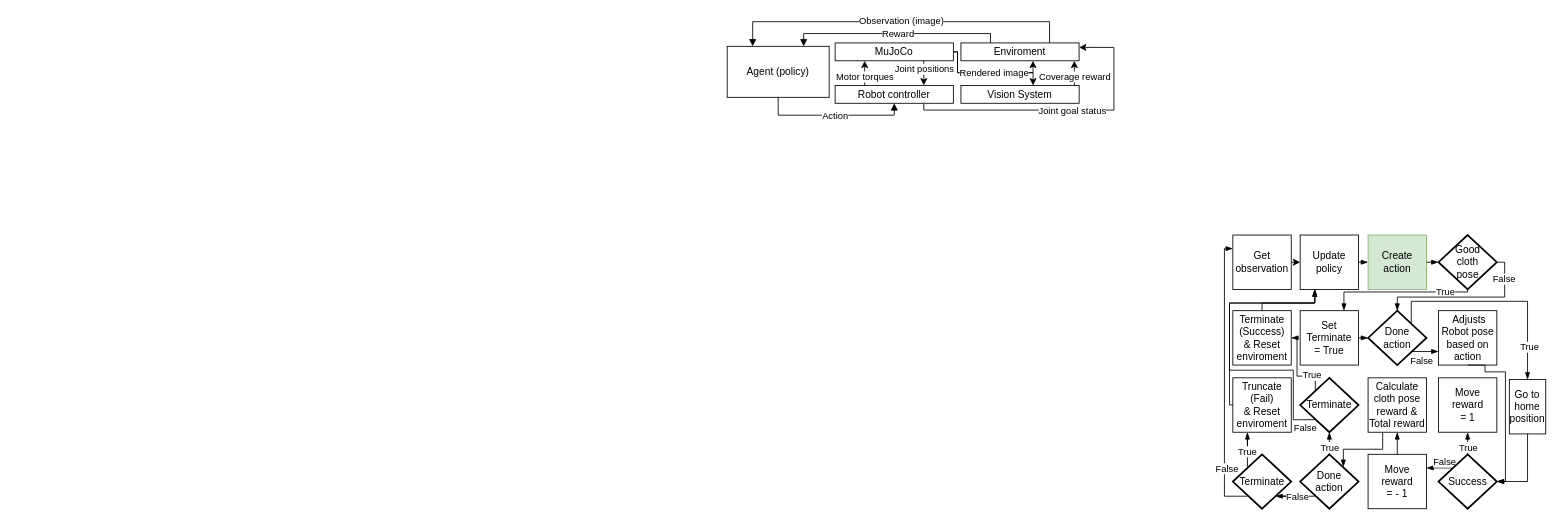
The draw.io diagram Unavngivet diagram.drawio in kasperfg16/p8_sewbot, before the edit. Source tidied: cells renumbered, new cells numbered last; positions are measured from the earlier drawing's top-left corner, leaving out a move shared by most shapes. Both pictures are drawn from the tidied source at 85%, with x=0, y=0 at pixel (727, 21). Pictures stored in the file or linked from it are replaced by grey dashed boxes.
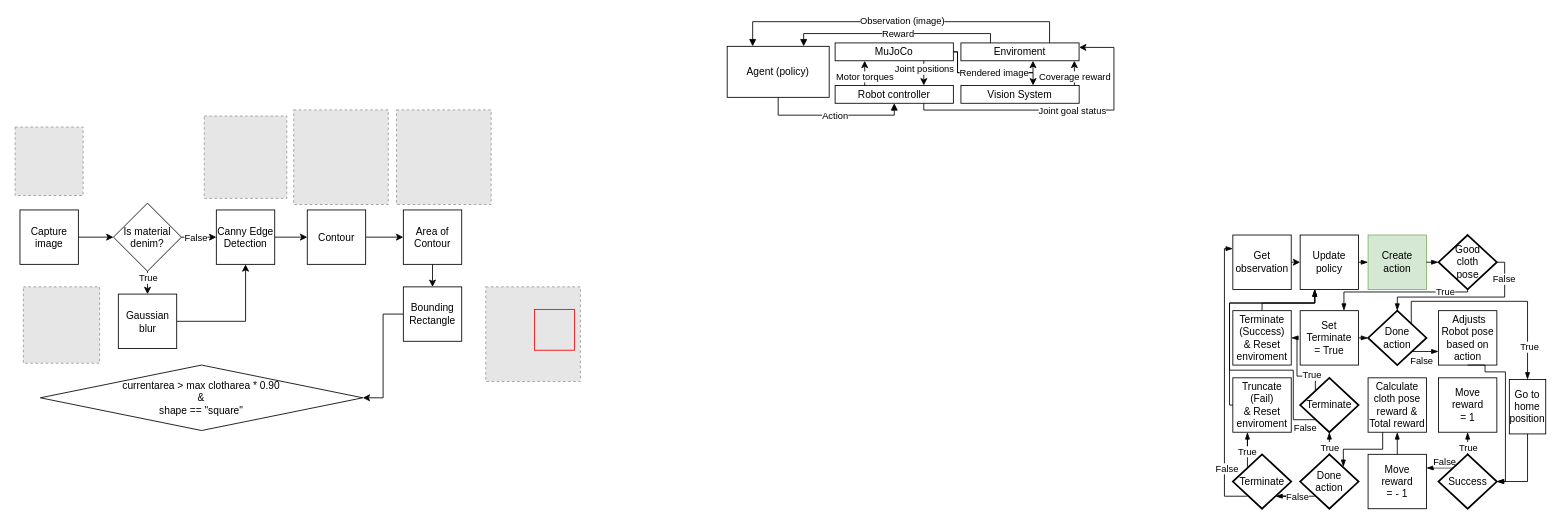
The same page after the edit.

Change to the diagram source:
```diff
@@
+    <mxCell id="75" style="edgeStyle=orthogonalEdgeStyle;rounded=0;jettySize=auto;html=1;exitX=1;exitY=0.5;exitDx=0;exitDy=0;" parent="1" edge="1" source="76" target="81">
+      <mxGeometry relative="1" as="geometry" />
+    </mxCell>
+    <mxCell id="76" value="Capture image" style="whiteSpace=wrap;html=1;" parent="1" vertex="1">
+      <mxGeometry x="-832" y="221.5" width="68.7" height="64" as="geometry" />
+    </mxCell>
+    <mxCell id="77" style="edgeStyle=orthogonalEdgeStyle;rounded=0;jettySize=auto;html=1;exitX=1;exitY=0.5;exitDx=0;exitDy=0;" parent="1" edge="1" source="78" target="83">
+      <mxGeometry relative="1" as="geometry" />
+    </mxCell>
+    <mxCell id="78" value="Gaussian blur" style="whiteSpace=wrap;html=1;" parent="1" vertex="1">
+      <mxGeometry x="-716.3" y="320.5" width="68.7" height="64" as="geometry" />
+    </mxCell>
+    <mxCell id="79" style="edgeStyle=orthogonalEdgeStyle;rounded=0;jettySize=auto;html=1;exitX=0.5;exitY=1;exitDx=0;exitDy=0;entryX=0.5;entryY=0;entryDx=0;entryDy=0;" parent="1" edge="1" source="81" target="78">
+      <mxGeometry relative="1" as="geometry" />
+    </mxCell>
+    <mxCell id="80" value="True" style="edgeLabel;html=1;align=center;verticalAlign=middle;" parent="79" vertex="1">
+      <mxGeometry x="-0.79" relative="1" as="geometry">
+        <mxPoint y="5" as="offset" />
+      </mxGeometry>
+    </mxCell>
+    <mxCell id="81" value="Is material denim?" style="rhombus;whiteSpace=wrap;html=1;" parent="1" vertex="1">
+      <mxGeometry x="-722" y="213.5" width="80" height="80" as="geometry" />
+    </mxCell>
+    <mxCell id="82" style="edgeStyle=orthogonalEdgeStyle;rounded=0;jettySize=auto;html=1;exitX=1;exitY=0.5;exitDx=0;exitDy=0;entryX=0;entryY=0.5;entryDx=0;entryDy=0;" parent="1" edge="1" source="83" target="87">
+      <mxGeometry relative="1" as="geometry" />
+    </mxCell>
+    <mxCell id="83" value="Canny Edge Detection" style="whiteSpace=wrap;html=1;" parent="1" vertex="1">
+      <mxGeometry x="-601" y="221.5" width="68.7" height="64" as="geometry" />
+    </mxCell>
+    <mxCell id="84" style="edgeStyle=orthogonalEdgeStyle;rounded=0;jettySize=auto;html=1;exitX=1;exitY=0.5;exitDx=0;exitDy=0;entryX=0;entryY=0.5;entryDx=0;entryDy=0;" parent="1" edge="1" source="81" target="83">
+      <mxGeometry relative="1" as="geometry" />
+    </mxCell>
+    <mxCell id="85" value="False" style="edgeLabel;html=1;align=center;verticalAlign=middle;" parent="84" vertex="1">
+      <mxGeometry x="-0.79" relative="1" as="geometry">
+        <mxPoint x="12" as="offset" />
+      </mxGeometry>
+    </mxCell>
+    <mxCell id="86" style="edgeStyle=orthogonalEdgeStyle;rounded=0;jettySize=auto;html=1;exitX=1;exitY=0.5;exitDx=0;exitDy=0;entryX=0;entryY=0.5;entryDx=0;entryDy=0;" parent="1" edge="1" source="87" target="89">
+      <mxGeometry relative="1" as="geometry" />
+    </mxCell>
+    <mxCell id="87" value="Contour" style="whiteSpace=wrap;html=1;" parent="1" vertex="1">
+      <mxGeometry x="-494" y="221.5" width="68.7" height="64" as="geometry" />
+    </mxCell>
+    <mxCell id="88" style="edgeStyle=orthogonalEdgeStyle;rounded=0;jettySize=auto;html=1;exitX=0.5;exitY=1;exitDx=0;exitDy=0;entryX=0.5;entryY=0;entryDx=0;entryDy=0;" parent="1" edge="1" source="89" target="91">
+      <mxGeometry relative="1" as="geometry" />
+    </mxCell>
+    <mxCell id="89" value="Area of Contour" style="whiteSpace=wrap;html=1;" parent="1" vertex="1">
+      <mxGeometry x="-381" y="221.5" width="68.7" height="64" as="geometry" />
+    </mxCell>
+    <mxCell id="90" style="edgeStyle=orthogonalEdgeStyle;rounded=0;jettySize=auto;html=1;exitX=0;exitY=0.5;exitDx=0;exitDy=0;entryX=1;entryY=0.5;entryDx=0;entryDy=0;" parent="1" edge="1" source="91" target="92">
+      <mxGeometry relative="1" as="geometry" />
+    </mxCell>
+    <mxCell id="91" value="Bounding&lt;br&gt;Rectangle" style="whiteSpace=wrap;html=1;" parent="1" vertex="1">
+      <mxGeometry x="-381" y="312" width="68.7" height="64" as="geometry" />
+    </mxCell>
+    <mxCell id="92" value="currentarea &amp;gt; max clotharea * 0.90&lt;br&gt;&amp;amp;&lt;br&gt;shape == &quot;square&quot;" style="rhombus;whiteSpace=wrap;html=1;" parent="1" vertex="1">
+      <mxGeometry x="-808" y="404" width="379.3" height="77" as="geometry" />
+    </mxCell>
+    <mxCell id="93" style="fillColor=#E6E6E6;strokeColor=#999999;dashed=1;verticalLabelPosition=bottom;labelBackgroundColor=default;verticalAlign=top;" parent="1" vertex="1">
+      <mxGeometry x="-837.7" y="124" width="80" height="80.5" as="geometry" />
+    </mxCell>
+    <mxCell id="94" style="fillColor=#E6E6E6;strokeColor=#999999;dashed=1;verticalLabelPosition=bottom;labelBackgroundColor=default;verticalAlign=top;" parent="1" vertex="1">
+      <mxGeometry x="-828" y="312" width="89.7" height="89.8" as="geometry" />
+    </mxCell>
+    <mxCell id="95" style="fillColor=#E6E6E6;strokeColor=#999999;dashed=1;verticalLabelPosition=bottom;labelBackgroundColor=default;verticalAlign=top;" parent="1" vertex="1">
+      <mxGeometry x="-615.2" y="111" width="97.1" height="96.9" as="geometry" />
+    </mxCell>
+    <mxCell id="96" style="fillColor=#E6E6E6;strokeColor=#999999;dashed=1;verticalLabelPosition=bottom;labelBackgroundColor=default;verticalAlign=top;fontColor=#D0FED0;" parent="1" vertex="1">
+      <mxGeometry x="-510" y="103.8" width="111.3" height="111.3" as="geometry" />
+    </mxCell>
+    <mxCell id="97" style="group;" parent="1" vertex="1">
+      <mxGeometry x="-284" y="312" width="111.3" height="111.3" as="geometry" />
+    </mxCell>
+    <mxCell id="98" style="fillColor=#E6E6E6;strokeColor=#999999;dashed=1;verticalLabelPosition=bottom;labelBackgroundColor=default;verticalAlign=top;fontColor=#D0FED0;" parent="97" vertex="1">
+      <mxGeometry width="111.3" height="111.3" as="geometry" />
+    </mxCell>
+    <mxCell id="99" style="rounded=0;whiteSpace=wrap;html=1;fillColor=none;fontColor=default;labelBorderColor=#CCFFCC;labelBackgroundColor=none;strokeColor=#FF0000;" parent="97" vertex="1">
+      <mxGeometry x="57.3" y="26.5" width="47" height="48" as="geometry" />
+    </mxCell>
+    <mxCell id="100" style="fillColor=#E6E6E6;strokeColor=#999999;dashed=1;verticalLabelPosition=bottom;labelBackgroundColor=default;verticalAlign=top;fontColor=#D0FED0;" parent="1" vertex="1">
+      <mxGeometry x="-389" y="103.8" width="111.3" height="111.3" as="geometry" />
+    </mxCell>
```
